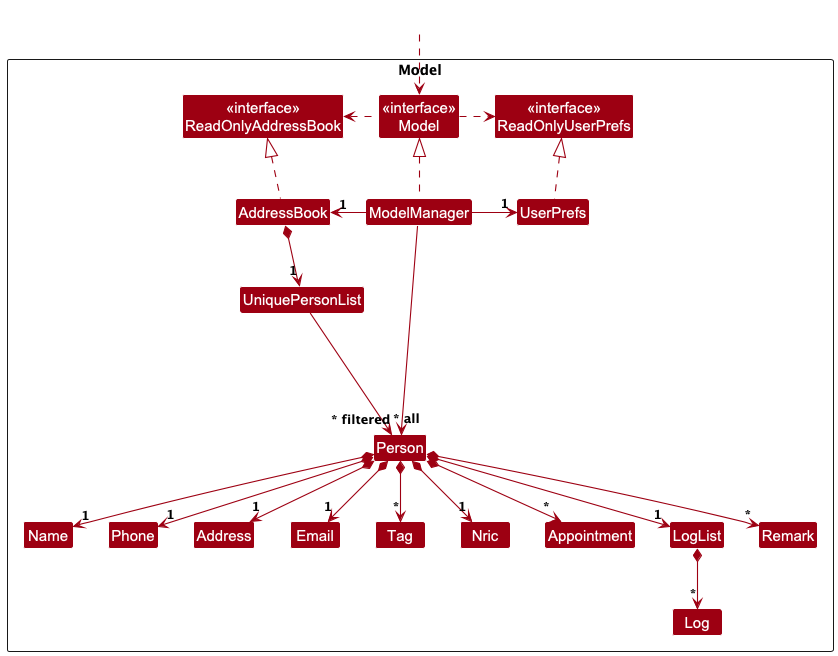
This is docs/images/ModelClassDiagram.png from nus-cs2103-AY2425S1/tp, a PlantUML export, as it was before one commit. The source it was exported from:
```plantuml
@startuml
!include style.puml
skinparam arrowThickness 1.1
skinparam arrowColor MODEL_COLOR
skinparam classBackgroundColor MODEL_COLOR

Package Model as ModelPackage <<Rectangle>>{
Class "<<interface>>\nReadOnlyAddressBook" as ReadOnlyAddressBook
Class "<<interface>>\nReadOnlyUserPrefs" as ReadOnlyUserPrefs
Class "<<interface>>\nModel" as Model
Class AddressBook
Class ModelManager
Class UserPrefs

Class UniquePersonList
Class Person
Class Address
Class Email
Class Name
Class Phone
Class Tag
Class Nric
Class Appointment
Class Log
Class LogList
Class Remark

Class I #FFFFFF
}

Class HiddenOutside #FFFFFF
HiddenOutside ..> Model

AddressBook .up.|> ReadOnlyAddressBook

ModelManager .up.|> Model
Model .right.> ReadOnlyUserPrefs
Model .left.> ReadOnlyAddressBook
ModelManager -left-> "1" AddressBook
ModelManager -right-> "1" UserPrefs
UserPrefs .up.|> ReadOnlyUserPrefs

AddressBook *--> "1" UniquePersonList
UniquePersonList --> "~* all" Person
Person *--> "1"Name
Person *--> "1"Phone
Person *--> "1"Email
Person *--> "1"Address
Person *--> "1"Nric
Person *--> "*" Appointment
Person *--> "*" Remark
Person *--> "1" LogList
Person *--> "*" Tag

LogList *--> "*" Log

Person -[hidden]up--> I
UniquePersonList -[hidden]right-> I

Name -[hidden]right-> Phone
Phone -[hidden]right-> Address
Address -[hidden]right-> Email

ModelManager --> "~* filtered" Person
@enduml
```
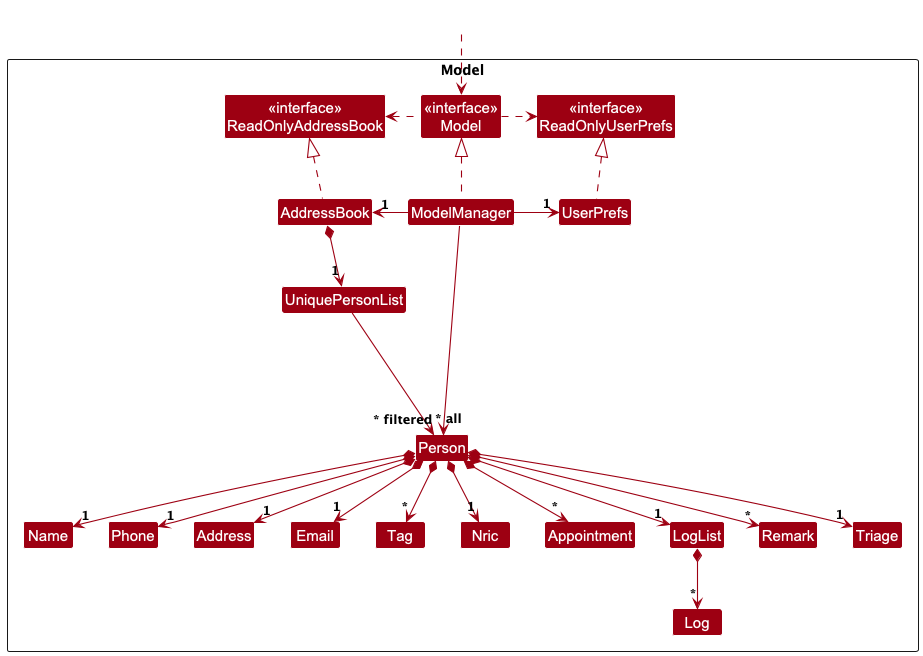
Above is the later version.

Commit message:
Update UML diagrams to include triage

What changed in the source:
```diff
@@ -24,6 +24,7 @@
 Class Log
 Class LogList
 Class Remark
+Class Triage
 
 Class I #FFFFFF
 }
@@ -50,6 +51,7 @@
 Person *--> "*" Appointment
 Person *--> "*" Remark
 Person *--> "1" LogList
+Person *--> "1" Triage
 Person *--> "*" Tag
 
 LogList *--> "*" Log
```
